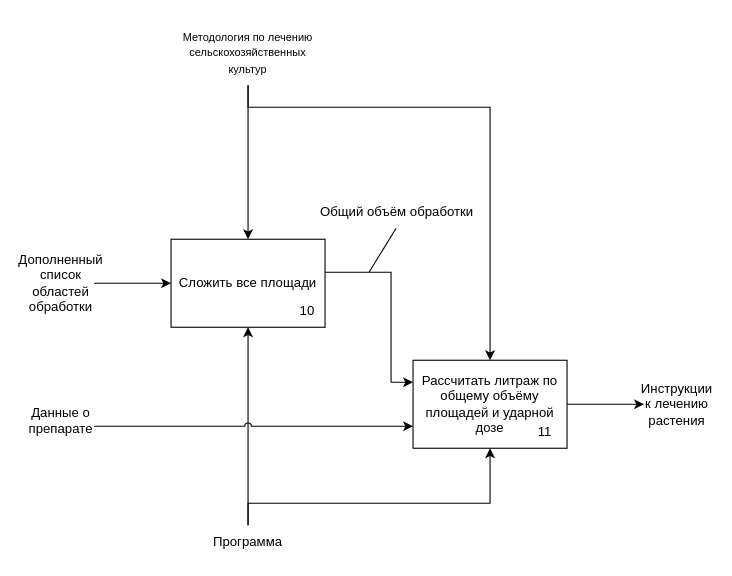
Before: coursework/diagrams/IDEF0_5.drawio in ThomasCharester/KursuchShop, a draw.io diagram. Source tidied: cells renumbered, new cells numbered last; positions are measured from the earlier drawing's top-left corner, leaving out a move shared by most shapes. Both pictures are drawn from the tidied source at 110%, with x=0, y=0 at pixel (28, 19).
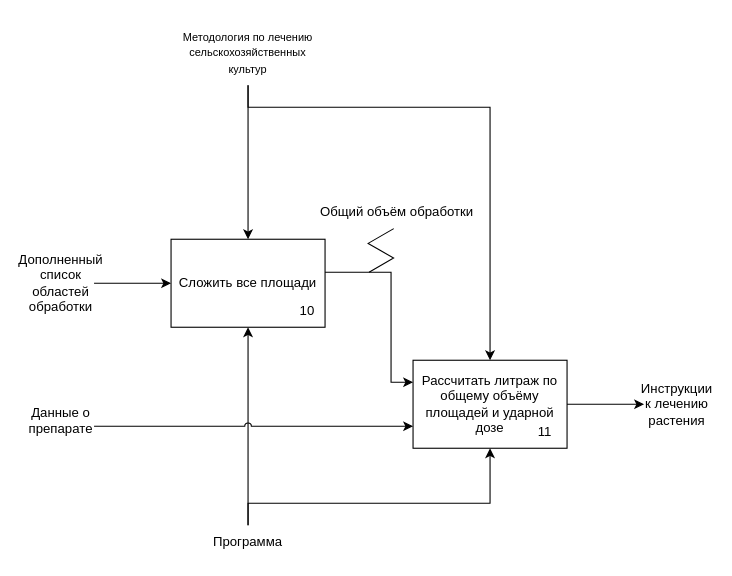
The same diagram, later.

Unchanged cells that the change refers to:
```xml
<mxCell id="20" value="Общий объём обработки" style="text;html=1;align=center;verticalAlign=middle;points=[];strokeColor=none;fillColor=none;" parent="1" vertex="1">
  <mxGeometry x="255" y="160" width="160" height="30" as="geometry" />
</mxCell>
```

Change to the diagram source:
```diff
@@
-    <mxCell id="17" style="endArrow=none;html=1;rounded=0;" parent="1" edge="1">
-      <mxGeometry relative="1" as="geometry">
-        <mxPoint x="310" y="230" as="sourcePoint" />
-        <mxPoint x="334.6" y="190" as="targetPoint" />
-      </mxGeometry>
-    </mxCell>
@@
+    <mxCell id="21" style="edgeStyle=isometricEdgeStyle;endArrow=none;html=1;rounded=0;entryX=0.484;entryY=1.011;entryDx=0;entryDy=0;entryPerimeter=0;" parent="1" edge="1" target="20">
+      <mxGeometry relative="1" as="geometry">
+        <mxPoint x="310" y="230" as="sourcePoint" />
+        <Array as="points">
+          <mxPoint x="320" y="210" />
+        </Array>
+      </mxGeometry>
+    </mxCell>
```
